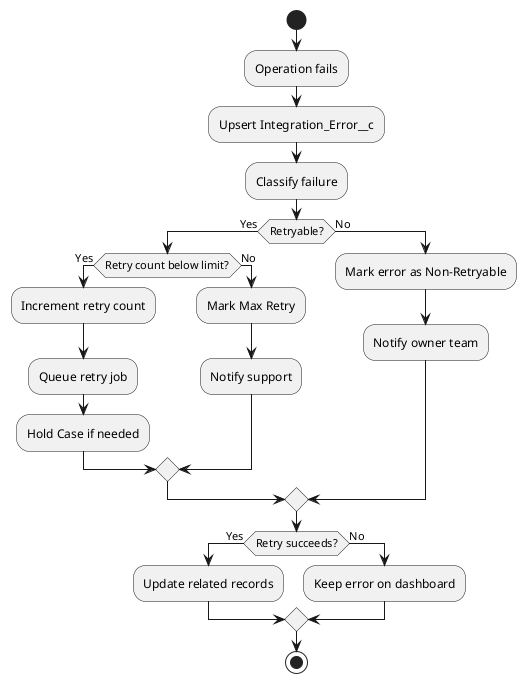
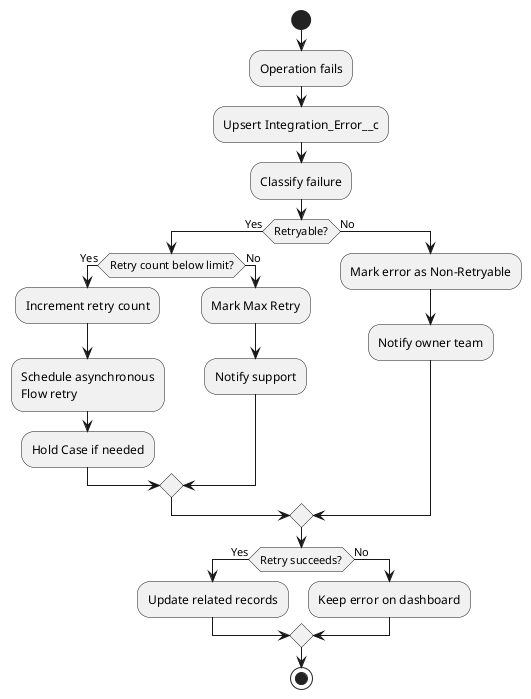
@startuml
start

:Operation fails;
:Upsert Integration_Error__c;
:Classify failure;

if (Retryable?) then (Yes)
  if (Retry count below limit?) then (Yes)
    :Increment retry count;
-     :Queue retry job;
+     :Schedule asynchronous\nFlow retry;
    :Hold Case if needed;
  else (No)
    :Mark Max Retry;
    :Notify support;
  endif
else (No)
  :Mark error as Non-Retryable;
  :Notify owner team;
endif

if (Retry succeeds?) then (Yes)
  :Update related records;
else (No)
  :Keep error on dashboard;
endif

stop
@enduml
